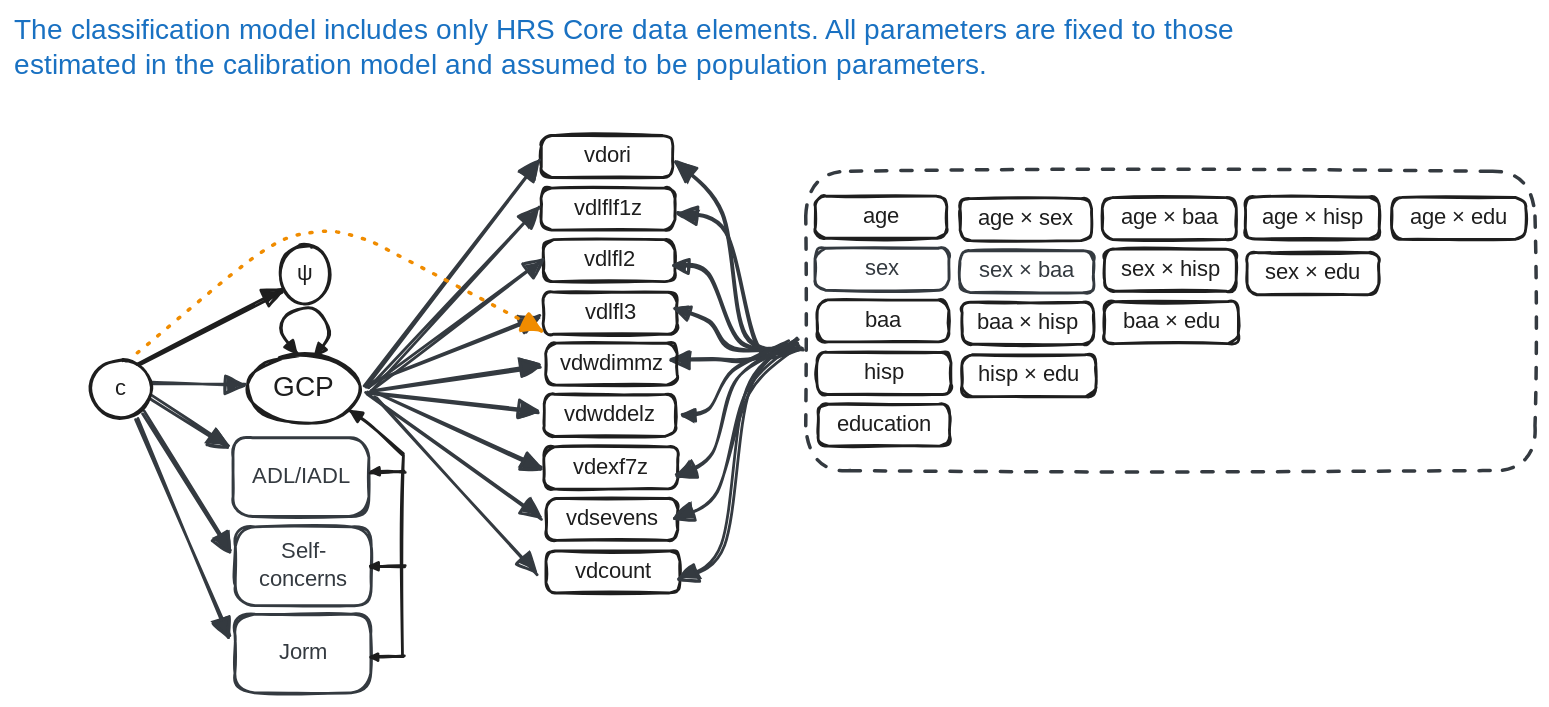
This is R/excalidraw/PMM-012-Classification_Model.excalidraw.svg from dougtommet/HRS_cog_classification, a Excalidraw export, as it was before one commit. Source tidied: one line per element, renumbered; positions are measured from the earlier drawing's top-left corner, leaving out a move shared by most shapes.
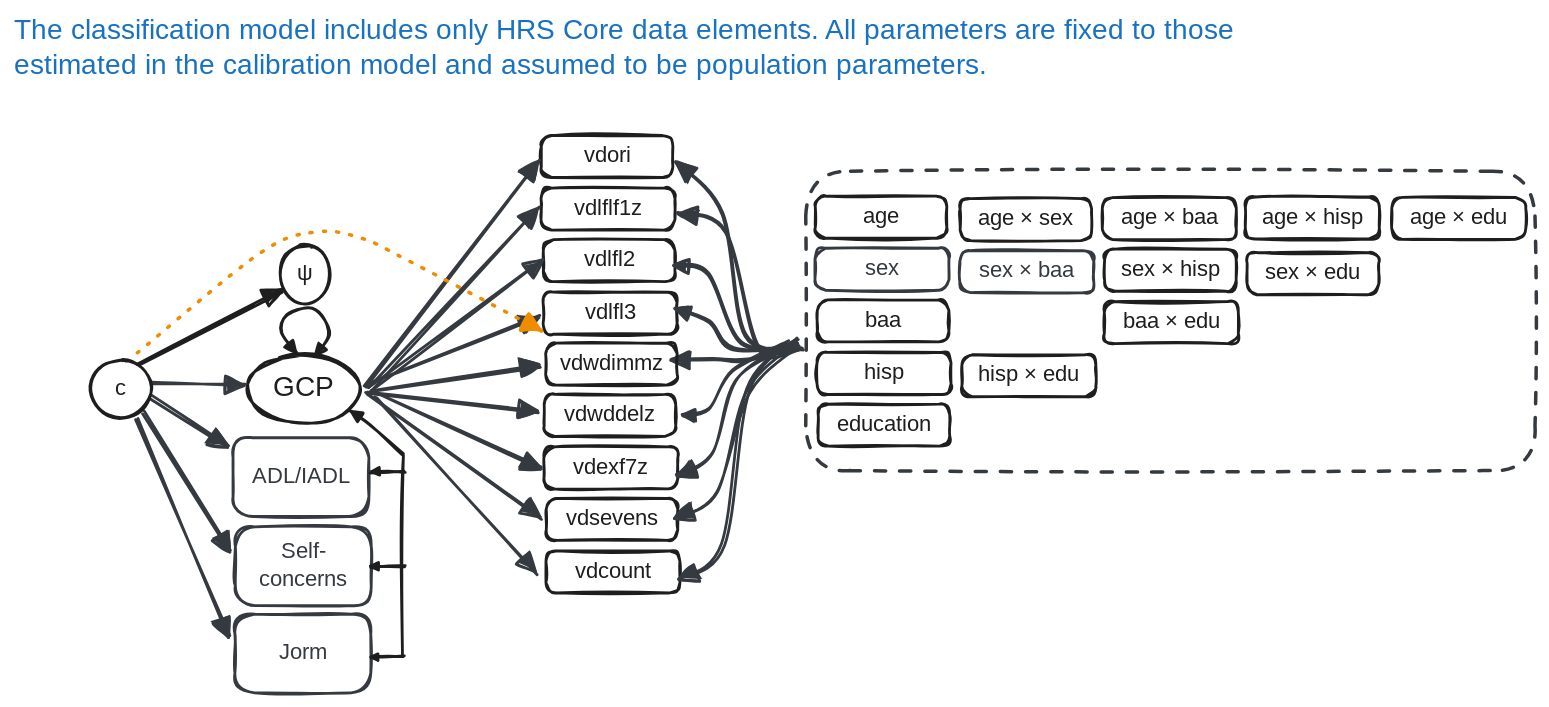
After the change.

The edit, as a diff of the source:
```diff
@@ -28,8 +28,6 @@
 {"id": 27, "type": "text", "text": "vdcount", "strokeColor": "#1e1e1e", "strokeWidth": 2, "roughness": 1, "fontSize": 16, "fontFamily": 5, "textAlign": "center", "verticalAlign": "middle", "inside": 26, "x": 397, "y": 389, "width": 62, "height": 20}
 {"id": 28, "type": "rectangle", "strokeColor": "#1e1e1e", "strokeWidth": 2, "roughness": 1, "round": true, "x": 676, "y": 132, "width": 94, "height": 30}
 {"id": 29, "type": "text", "text": "age × sex", "strokeColor": "#1e1e1e", "strokeWidth": 2, "roughness": 1, "fontSize": 16, "fontFamily": 5, "textAlign": "center", "verticalAlign": "middle", "inside": 28, "x": 685, "y": 137, "width": 75, "height": 20}
-{"id": 30, "type": "rectangle", "strokeColor": "#1e1e1e", "strokeWidth": 2, "roughness": 1, "round": true, "x": 677, "y": 206, "width": 94, "height": 30}
-{"id": 31, "type": "text", "text": "baa × hisp", "strokeColor": "#1e1e1e", "strokeWidth": 2, "roughness": 1, "fontSize": 16, "fontFamily": 5, "textAlign": "center", "verticalAlign": "middle", "inside": 30, "x": 685, "y": 211, "width": 79, "height": 20}
 {"id": 32, "type": "rectangle", "strokeColor": "#1e1e1e", "strokeWidth": 2, "roughness": 1, "round": true, "x": 779, "y": 168, "width": 94, "height": 30}
 {"id": 33, "type": "text", "text": "sex × hisp", "strokeColor": "#1e1e1e", "strokeWidth": 2, "roughness": 1, "fontSize": 16, "fontFamily": 5, "textAlign": "center", "verticalAlign": "middle", "inside": 32, "x": 787, "y": 173, "width": 79, "height": 20}
 {"id": 34, "type": "rectangle", "strokeColor": "#343a40", "strokeWidth": 2, "roughness": 1, "round": true, "x": 676, "y": 169, "width": 96, "height": 30}
```
